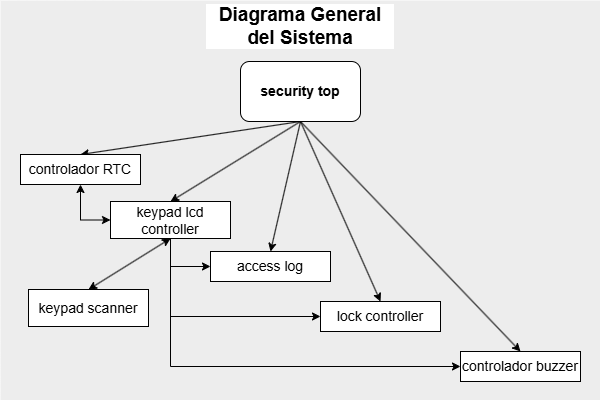
ultimateZenith323/ProyectoDigital keeps this draw.io diagram as diagramas/Diagrama general.png. Above is the earlier version. Source tidied: cells renumbered, new cells last; positions are measured from the earlier drawing's top-left corner, leaving out a move shared by most shapes.
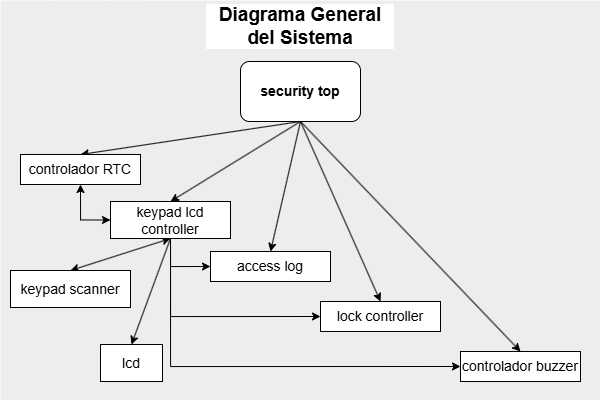
After the commit.

Change to the diagram source:
```diff
@@ -41,6 +41,9 @@
     <mxCell id="14" style="edgeStyle=none;html=1;entryX=0.5;entryY=0;entryDx=0;entryDy=0;exitX=0.5;exitY=1;exitDx=0;exitDy=0;startArrow=classic;startFill=1;" parent="1" edge="1" source="15" target="20">
       <mxGeometry relative="1" as="geometry" />
     </mxCell>
+    <mxCell id="21" style="edgeStyle=none;html=1;entryX=0.5;entryY=0;entryDx=0;entryDy=0;exitX=0.5;exitY=1;exitDx=0;exitDy=0;" parent="1" edge="1" source="15" target="22">
+      <mxGeometry relative="1" as="geometry" />
+    </mxCell>
     <mxCell id="15" value="keypad lcd controller" style="rounded=0;whiteSpace=wrap;html=1;fontSize=14;" parent="1" vertex="1">
       <mxGeometry x="110" y="201" width="120" height="37" as="geometry" />
     </mxCell>
@@ -57,7 +60,10 @@
       <mxGeometry x="205" y="11" width="190" height="30" as="geometry" />
     </mxCell>
     <mxCell id="20" value="keypad scanner" style="rounded=0;whiteSpace=wrap;html=1;fontSize=14;" parent="1" vertex="1">
-      <mxGeometry x="28" y="289" width="120" height="37" as="geometry" />
+      <mxGeometry x="10" y="270" width="120" height="37" as="geometry" />
     </mxCell>
+    <mxCell id="22" value="lcd" style="rounded=0;whiteSpace=wrap;html=1;fontSize=14;" parent="1" vertex="1">
+      <mxGeometry x="100" y="344" width="62" height="37" as="geometry" />
+    </mxCell>
   </root>
 </mxGraphModel>
```
